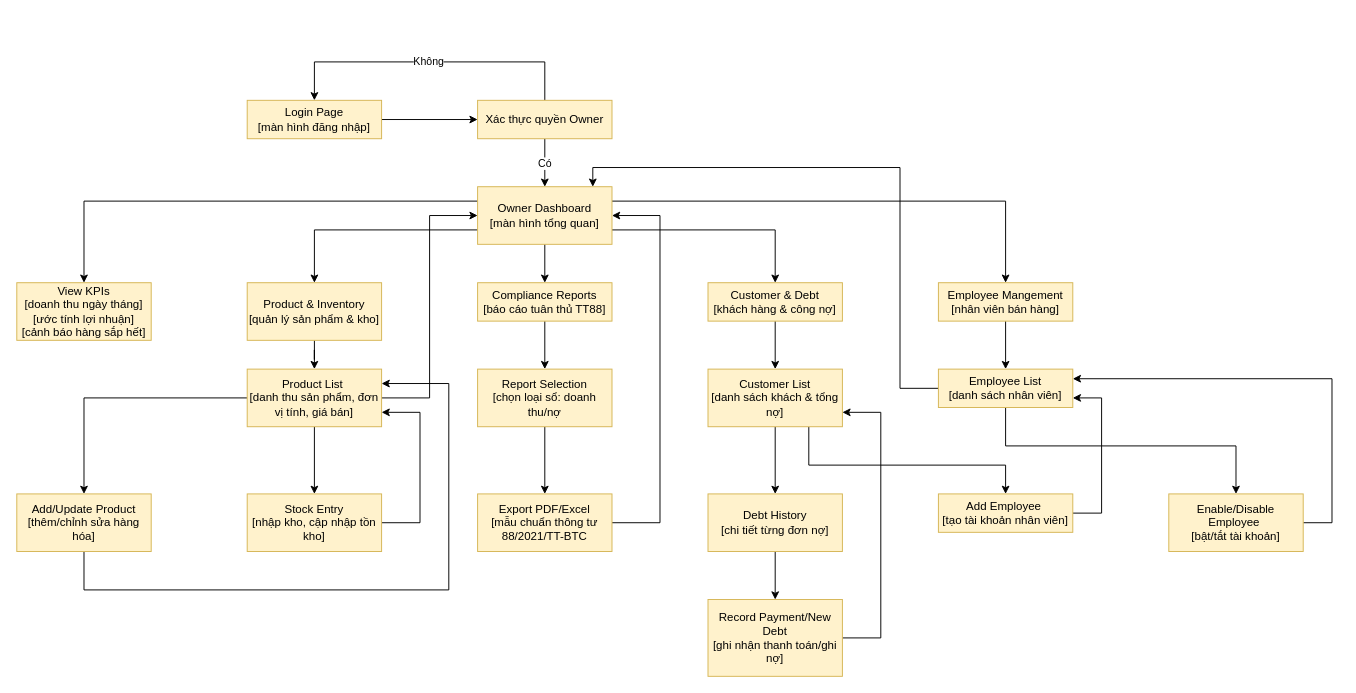
Before: docs/diagrams/owner_screen_flow.drawio in fouzo53/software-engineering-project, a draw.io diagram. Source tidied: cells renumbered, new cells numbered last; positions are measured from the earlier drawing's top-left corner, leaving out a move shared by most shapes. Both pictures are drawn from the tidied source at 96%, with x=0, y=0 at pixel (16, 61).
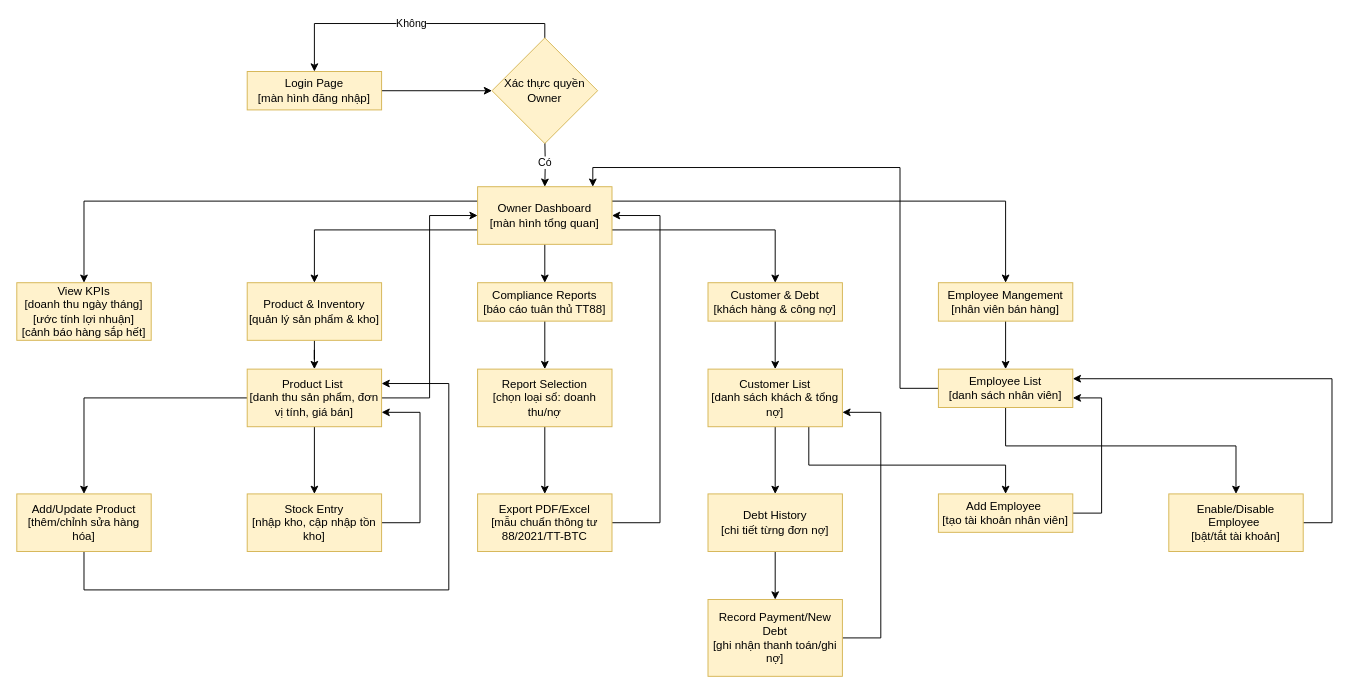
The same diagram, later.

The change refers to these unchanged cells:
```xml
<mxCell id="14" value="Owner Dashboard&lt;div&gt;[màn hình tổng quan]&lt;/div&gt;" style="rounded=0;whiteSpace=wrap;html=1;fillColor=#fff2cc;strokeColor=#d6b656;" parent="1" vertex="1">
  <mxGeometry x="480" y="130" width="140" height="60" as="geometry" />
</mxCell>
```

Diff of the diagram source:
```diff
@@
     <mxCell id="3" value="Login Page&lt;div&gt;[màn hình đăng nhập]&lt;/div&gt;" style="rounded=0;whiteSpace=wrap;html=1;fillColor=#fff2cc;strokeColor=#d6b656;" parent="1" vertex="1">
-      <mxGeometry x="240" y="40" width="140" height="40" as="geometry" />
+      <mxGeometry x="240" y="10" width="140" height="40" as="geometry" />
     </mxCell>
     <mxCell id="4" style="edgeStyle=orthogonalEdgeStyle;rounded=0;jettySize=auto;html=1;entryX=0.5;entryY=0;entryDx=0;entryDy=0;exitX=0.5;exitY=0;exitDx=0;exitDy=0;" parent="1" edge="1" source="8" target="3">
       <mxGeometry relative="1" as="geometry">
         <Array as="points">
-          <mxPoint x="550" />
-          <mxPoint x="310" />
+          <mxPoint x="550" y="-40" />
+          <mxPoint x="310" y="-40" />
         </Array>
       </mxGeometry>
     </mxCell>
@@
-    <mxCell id="6" style="edgeStyle=orthogonalEdgeStyle;rounded=0;jettySize=auto;html=1;entryX=0.5;entryY=0;entryDx=0;entryDy=0;" parent="1" edge="1" source="8" target="14">
-      <mxGeometry relative="1" as="geometry" />
+    <mxCell id="6" style="edgeStyle=orthogonalEdgeStyle;rounded=0;jettySize=auto;html=1;entryX=0.5;entryY=0;entryDx=0;entryDy=0;" parent="1" edge="1" target="14">
+      <mxGeometry relative="1" as="geometry">
+        <mxPoint x="550" y="80" as="sourcePoint" />
+      </mxGeometry>
     </mxCell>
@@
-    <mxCell id="8" value="Xác thực quyền Owner" style="rounded=0;whiteSpace=wrap;html=1;fillColor=#fff2cc;strokeColor=#d6b656;" parent="1" vertex="1">
-      <mxGeometry x="480" y="40" width="140" height="40" as="geometry" />
-    </mxCell>
@@
+    <mxCell id="8" value="Xác thực quyền Owner" style="rhombus;whiteSpace=wrap;html=1;fillColor=#fff2cc;strokeColor=#d6b656;" parent="1" vertex="1">
+      <mxGeometry x="495" y="-25" width="110" height="110" as="geometry" />
+    </mxCell>
```
